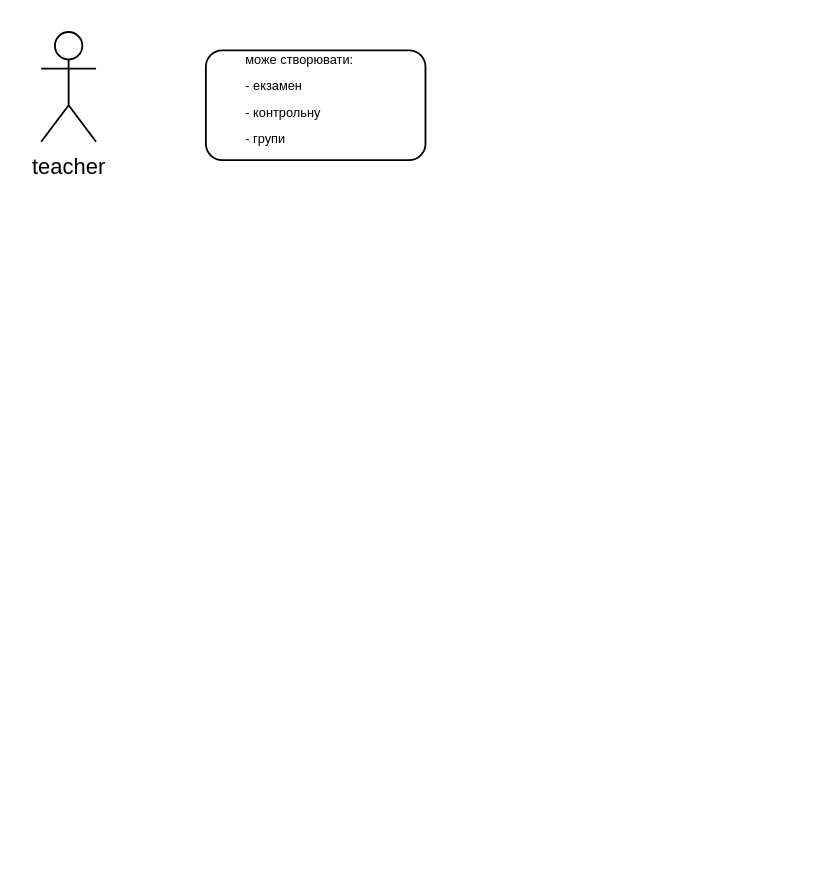
The draw.io diagram ppp/user-case.drawio in DmytroYa13/uml, before the edit. Source tidied: cells renumbered, new cells numbered last; positions are measured from the earlier drawing's top-left corner, leaving out a move shared by most shapes. Both pictures are drawn from the tidied source at 183%, with x=0, y=0 at pixel (40, 31).
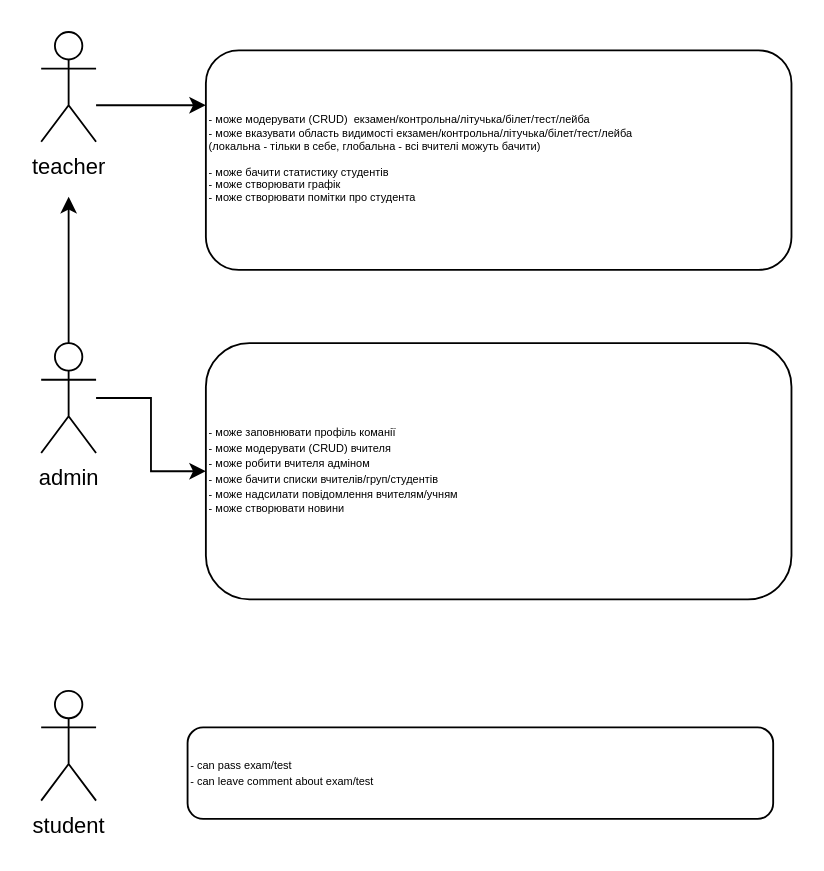
The same diagram, later.

The edit, as a diff of the source:
```diff
@@
 <mxGraphModel>
   <root>
     <mxCell id="0" />
     <mxCell id="1" parent="0" />
+    <mxCell id="5" style="edgeStyle=orthogonalEdgeStyle;rounded=0;jettySize=auto;html=1;fontSize=6;" parent="1" edge="1" source="2" target="3">
+      <mxGeometry relative="1" as="geometry">
+        <Array as="points">
+          <mxPoint x="50" y="40" />
+          <mxPoint x="50" y="40" />
+        </Array>
+      </mxGeometry>
+    </mxCell>
     <mxCell id="2" value="teacher" style="shape=umlActor;verticalLabelPosition=bottom;verticalAlign=top;html=1;outlineConnect=0;" parent="1" vertex="1">
       <mxGeometry width="30" height="60" as="geometry" />
     </mxCell>
-    <mxCell id="3" style="rounded=1;whiteSpace=wrap;html=1;" parent="1" vertex="1">
-      <mxGeometry x="90" y="10" width="120" height="60" as="geometry" />
+    <mxCell id="3" value="&lt;font style=&quot;font-size: 6px; line-height: 0.7;&quot;&gt;&lt;font style=&quot;font-size: 6px;&quot;&gt;- може модерувати (CRUD)&amp;nbsp; екзамен/контрольна/літучька/білет/тест/лейба&lt;br&gt;- може вказувати область видимості екзамен/контрольна/літучька/білет/тест/лейба&amp;nbsp;&amp;nbsp;&lt;br&gt;&lt;span style=&quot;&quot;&gt; &lt;/span&gt;(локальна - тільки в себе, глобальна - всі вчителі можуть бачити)&lt;br&gt;&amp;nbsp;&lt;br style=&quot;font-size: 6px;&quot;&gt;&lt;/font&gt;- може бачити статистику студентів&lt;br style=&quot;font-size: 6px;&quot;&gt;- може створювати графік&lt;br style=&quot;font-size: 6px;&quot;&gt;- може створювати помітки про студента&lt;br style=&quot;font-size: 6px;&quot;&gt;&lt;/font&gt;" style="rounded=1;whiteSpace=wrap;html=1;align=left;fontSize=6;" parent="1" vertex="1">
+      <mxGeometry x="90" y="10" width="320" height="120" as="geometry" />
     </mxCell>
-    <mxCell id="4" value="&lt;font style=&quot;font-size: 7px;&quot;&gt;може створювати:&lt;br&gt;- екзамен&lt;br&gt;- контрольну&lt;br&gt;- групи&lt;br&gt;&lt;/font&gt;" style="text;html=1;align=left;verticalAlign=middle;fillColor=none;strokeColor=none;rounded=0;" parent="1" vertex="1">
-      <mxGeometry x="110" width="80" height="70" as="geometry" />
-    </mxCell>
+    <mxCell id="6" style="edgeStyle=orthogonalEdgeStyle;rounded=0;jettySize=auto;html=1;entryX=0;entryY=0.5;entryDx=0;entryDy=0;fontSize=6;" parent="1" edge="1" source="8" target="9">
+      <mxGeometry relative="1" as="geometry" />
+    </mxCell>
+    <mxCell id="7" style="edgeStyle=orthogonalEdgeStyle;rounded=0;jettySize=auto;html=1;fontSize=6;" parent="1" edge="1" source="8">
+      <mxGeometry relative="1" as="geometry">
+        <mxPoint x="15" y="90" as="targetPoint" />
+      </mxGeometry>
+    </mxCell>
+    <mxCell id="8" value="admin" style="shape=umlActor;verticalLabelPosition=bottom;verticalAlign=top;html=1;outlineConnect=0;" parent="1" vertex="1">
+      <mxGeometry y="170" width="30" height="60" as="geometry" />
+    </mxCell>
+    <mxCell id="9" value="&lt;font style=&quot;font-size: 6px;&quot;&gt;- може заповнювати профіль команії&lt;br&gt;- може модерувати (CRUD) вчителя&lt;br&gt;- може робити вчителя адміном&lt;br&gt;- може бачити списки вчителів/груп/студентів&lt;br&gt;- може надсилати повідомлення вчителям/учням&lt;br&gt;- може створювати новини&lt;br&gt;&lt;/font&gt;" style="rounded=1;whiteSpace=wrap;html=1;fontSize=7;arcSize=17;align=left;" parent="1" vertex="1">
+      <mxGeometry x="90" y="170" width="320" height="140" as="geometry" />
+    </mxCell>
+    <mxCell id="10" value="student" style="shape=umlActor;verticalLabelPosition=bottom;verticalAlign=top;html=1;" parent="1" vertex="1">
+      <mxGeometry y="360" width="30" height="60" as="geometry" />
+    </mxCell>
+    <mxCell id="11" value="&lt;font style=&quot;font-size: 6px;&quot;&gt;- can pass exam/test&lt;br&gt;- can leave comment about exam/test&lt;br&gt;&lt;/font&gt;" style="rounded=1;whiteSpace=wrap;html=1;fontSize=7;arcSize=17;align=left;" parent="1" vertex="1">
+      <mxGeometry x="80" y="380" width="320" height="50" as="geometry" />
+    </mxCell>
   </root>
 </mxGraphModel>
```
